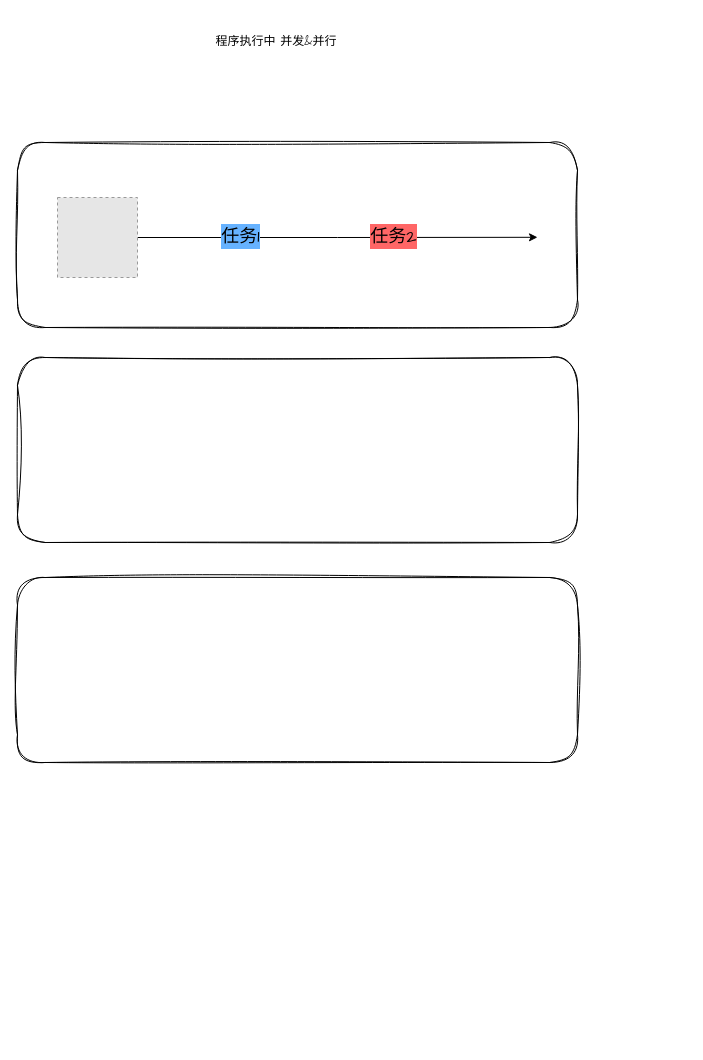
Before: image-text/并发和并行.drawio in Rodert/javapub_oss, a draw.io diagram. Source tidied: cells renumbered, new cells numbered last; positions are measured from the earlier drawing's top-left corner, leaving out a move shared by most shapes. Both pictures are drawn from the tidied source at 100%, with x=0, y=0 at pixel (17, 32). Pictures stored in the file or linked from it are replaced by grey dashed boxes.
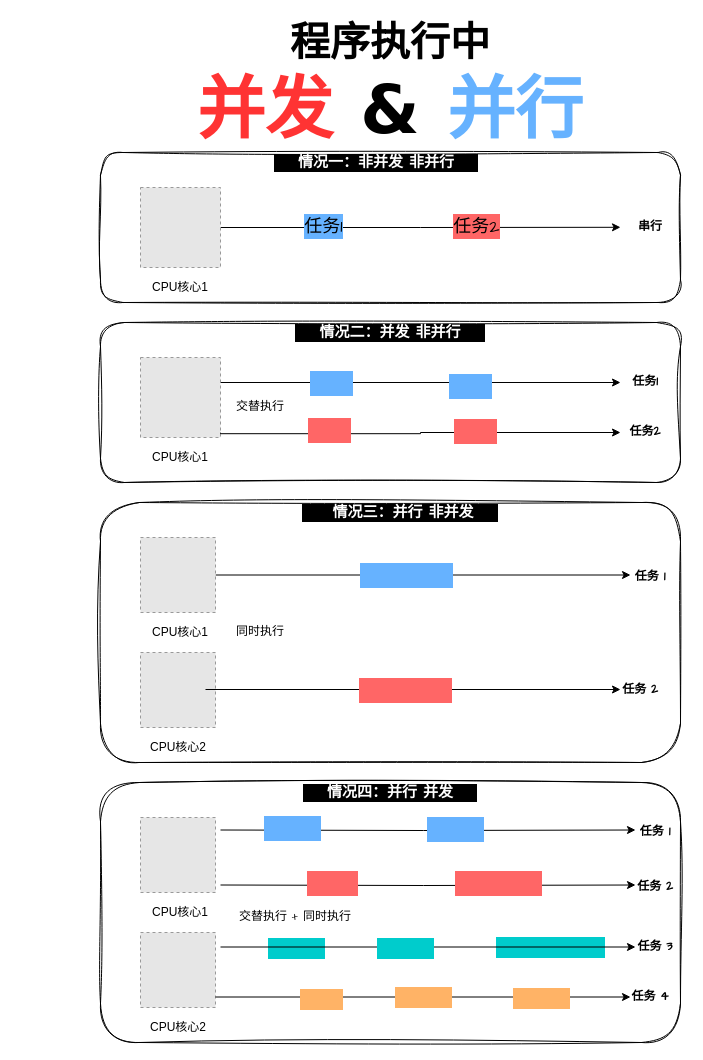
The same diagram, later.

Commit message (it also covers changes not shown here):
更新并发和并行.drawio

What changed in the source:
```diff
@@
-    <mxCell id="2" value="程序执行中 并发&amp;amp;并行" style="text;html=1;align=center;verticalAlign=middle;whiteSpace=wrap;rounded=0;fontFamily=Architects Daughter;" parent="1" vertex="1">
-      <mxGeometry x="134" width="250" height="20" as="geometry" />
+    <mxCell id="2" value="&lt;font style=&quot;font-size: 40px;&quot;&gt;&lt;b&gt;程序执行中&lt;/b&gt;&lt;/font&gt;&lt;div style=&quot;font-size: 68px;&quot;&gt;&lt;font style=&quot;font-size: 68px;&quot;&gt;&lt;font style=&quot;font-size: 68px;&quot; color=&quot;#ff3333&quot;&gt;&lt;b&gt;并发&amp;nbsp;&lt;/b&gt;&lt;/font&gt;&lt;b&gt;&lt;font face=&quot;Verdana&quot;&gt;&amp;amp;&lt;/font&gt;&amp;nbsp;&lt;/b&gt;&lt;font style=&quot;font-size: 68px;&quot; color=&quot;#66b2ff&quot;&gt;&lt;b&gt;并行&lt;/b&gt;&lt;/font&gt;&lt;/font&gt;&lt;/div&gt;" style="text;html=1;align=center;verticalAlign=middle;whiteSpace=wrap;rounded=0;fontFamily=Architects Daughter;" parent="1" vertex="1">
+      <mxGeometry x="86" width="574" height="110" as="geometry" />
     </mxCell>
     <mxCell id="3" style="rounded=1;whiteSpace=wrap;html=1;sketch=1;hachureGap=4;jiggle=2;curveFitting=1;fontFamily=Architects Daughter;" parent="1" vertex="1">
-      <mxGeometry y="110" width="560" height="185" as="geometry" />
+      <mxGeometry x="83" y="120" width="580" height="150" as="geometry" />
     </mxCell>
     <mxCell id="4" style="edgeStyle=orthogonalEdgeStyle;rounded=0;hachureGap=4;jettySize=auto;html=1;exitX=1;exitY=0.5;exitDx=0;exitDy=0;fontFamily=Architects Daughter;flowAnimation=1;" parent="1" edge="1" source="7">
       <mxGeometry relative="1" as="geometry">
-        <mxPoint x="520" y="204.8" as="targetPoint" />
+        <mxPoint x="603" y="194.8" as="targetPoint" />
       </mxGeometry>
     </mxCell>
@@
     <mxCell id="7" style="fillColor=#E6E6E6;strokeColor=#999999;dashed=1;html=1;verticalAlign=top;verticalLabelPosition=bottom;labelBackgroundColor=#ffffff;fontFamily=Architects Daughter;" parent="1" vertex="1">
-      <mxGeometry x="40" y="165" width="80" height="80" as="geometry" />
+      <mxGeometry x="123" y="155" width="80" height="80" as="geometry" />
     </mxCell>
-    <mxCell id="8" style="rounded=1;whiteSpace=wrap;html=1;sketch=1;hachureGap=4;jiggle=2;curveFitting=1;fontFamily=Architects Daughter;" parent="1" vertex="1">
-      <mxGeometry y="325" width="560" height="185" as="geometry" />
-    </mxCell>
-    <mxCell id="9" style="rounded=1;whiteSpace=wrap;html=1;sketch=1;hachureGap=4;jiggle=2;curveFitting=1;fontFamily=Architects Daughter;" parent="1" vertex="1">
-      <mxGeometry y="545" width="560" height="185" as="geometry" />
-    </mxCell>
+    <mxCell id="10" value="&amp;nbsp; &amp;nbsp; 情况一：非并发 非并行&amp;nbsp; &amp;nbsp;&amp;nbsp;" style="text;html=1;align=center;verticalAlign=middle;whiteSpace=wrap;rounded=0;fontFamily=Architects Daughter;labelBackgroundColor=#000000;fontColor=#FFFFFF;fontStyle=1;fontSize=15;" parent="1" vertex="1">
+      <mxGeometry x="251" y="110" width="216" height="40" as="geometry" />
+    </mxCell>
+    <mxCell id="11" value="CPU核心1" style="text;html=1;align=center;verticalAlign=middle;whiteSpace=wrap;rounded=0;" parent="1" vertex="1">
+      <mxGeometry x="133" y="240" width="60" height="30" as="geometry" />
+    </mxCell>
+    <mxCell id="12" value="串行" style="text;html=1;align=center;verticalAlign=middle;whiteSpace=wrap;rounded=0;fontFamily=Architects Daughter;fontStyle=1;" parent="1" vertex="1">
+      <mxGeometry x="603" y="180" width="60" height="30" as="geometry" />
+    </mxCell>
+    <mxCell id="13" style="rounded=1;whiteSpace=wrap;html=1;sketch=1;hachureGap=4;jiggle=2;curveFitting=1;fontFamily=Architects Daughter;" parent="1" vertex="1">
+      <mxGeometry x="83" y="470" width="580" height="260" as="geometry" />
+    </mxCell>
+    <mxCell id="14" style="edgeStyle=orthogonalEdgeStyle;rounded=0;hachureGap=4;jettySize=auto;html=1;exitX=1;exitY=0.5;exitDx=0;exitDy=0;fontFamily=Architects Daughter;flowAnimation=1;entryX=0.167;entryY=0.417;entryDx=0;entryDy=0;entryPerimeter=0;" parent="1" edge="1" source="16" target="19">
+      <mxGeometry relative="1" as="geometry" />
+    </mxCell>
+    <mxCell id="15" value="&lt;span style=&quot;font-size: 18px; background-color: rgb(102, 178, 255);&quot;&gt;&amp;nbsp; &amp;nbsp; &amp;nbsp; &amp;nbsp; &amp;nbsp; &amp;nbsp; &amp;nbsp;&lt;/span&gt;" style="edgeLabel;html=1;align=center;verticalAlign=middle;sketch=1;hachureGap=4;jiggle=2;curveFitting=1;fontFamily=Architects Daughter;" parent="14" vertex="1">
+      <mxGeometry x="-0.49" y="2" relative="1" as="geometry">
+        <mxPoint x="84" y="2" as="offset" />
+      </mxGeometry>
+    </mxCell>
+    <mxCell id="16" style="fillColor=#E6E6E6;strokeColor=#999999;dashed=1;html=1;verticalAlign=top;verticalLabelPosition=bottom;labelBackgroundColor=#ffffff;fontFamily=Architects Daughter;" parent="1" vertex="1">
+      <mxGeometry x="123" y="505" width="75" height="75" as="geometry" />
+    </mxCell>
+    <mxCell id="17" value="&amp;nbsp; &amp;nbsp; &amp;nbsp;情况三：并行 非并发&amp;nbsp; &amp;nbsp;&amp;nbsp;" style="text;html=1;align=center;verticalAlign=middle;whiteSpace=wrap;rounded=0;fontFamily=Architects Daughter;labelBackgroundColor=#000000;fontColor=#FFFFFF;fontStyle=1;fontSize=15;" parent="1" vertex="1">
+      <mxGeometry x="270" y="460" width="226" height="40" as="geometry" />
+    </mxCell>
+    <mxCell id="18" value="CPU核心1" style="text;html=1;align=center;verticalAlign=middle;whiteSpace=wrap;rounded=0;" parent="1" vertex="1">
+      <mxGeometry x="133" y="585" width="60" height="30" as="geometry" />
+    </mxCell>
+    <mxCell id="19" value="任务 1" style="text;html=1;align=center;verticalAlign=middle;whiteSpace=wrap;rounded=0;fontFamily=Architects Daughter;fontStyle=1;" parent="1" vertex="1">
+      <mxGeometry x="603" y="530" width="60" height="30" as="geometry" />
+    </mxCell>
+    <mxCell id="20" style="fillColor=#E6E6E6;strokeColor=#999999;dashed=1;html=1;verticalAlign=top;verticalLabelPosition=bottom;labelBackgroundColor=#ffffff;fontFamily=Architects Daughter;" parent="1" vertex="1">
+      <mxGeometry x="123" y="620" width="75" height="75" as="geometry" />
+    </mxCell>
+    <mxCell id="21" value="CPU核心2" style="text;html=1;align=center;verticalAlign=middle;whiteSpace=wrap;rounded=0;" parent="1" vertex="1">
+      <mxGeometry x="130.5" y="700" width="60" height="30" as="geometry" />
+    </mxCell>
+    <mxCell id="22" style="edgeStyle=orthogonalEdgeStyle;rounded=0;hachureGap=4;orthogonalLoop=1;jettySize=auto;html=1;exitX=1;exitY=0.5;exitDx=0;exitDy=0;fontFamily=Architects Daughter;flowAnimation=1;entryX=0.167;entryY=0.417;entryDx=0;entryDy=0;entryPerimeter=0;" parent="1" edge="1">
+      <mxGeometry relative="1" as="geometry">
+        <mxPoint x="188" y="657" as="sourcePoint" />
+        <mxPoint x="603" y="657" as="targetPoint" />
+      </mxGeometry>
+    </mxCell>
+    <mxCell id="23" value="&lt;span style=&quot;font-size: 18px; background-color: rgb(255, 102, 102);&quot;&gt;&amp;nbsp; &amp;nbsp; &amp;nbsp; &amp;nbsp; &amp;nbsp; &amp;nbsp; &amp;nbsp;&lt;/span&gt;" style="edgeLabel;html=1;align=center;verticalAlign=middle;sketch=1;hachureGap=4;jiggle=2;curveFitting=1;fontFamily=Architects Daughter;" parent="1" vertex="1">
+      <mxGeometry x="387" y="657.5" as="geometry" />
+    </mxCell>
+    <mxCell id="24" value="任务 2" style="text;html=1;align=center;verticalAlign=middle;whiteSpace=wrap;rounded=0;fontFamily=Architects Daughter;fontStyle=1;" parent="1" vertex="1">
+      <mxGeometry x="593" y="642.5" width="60" height="30" as="geometry" />
+    </mxCell>
+    <mxCell id="25" style="rounded=1;whiteSpace=wrap;html=1;sketch=1;hachureGap=4;jiggle=2;curveFitting=1;fontFamily=Architects Daughter;" parent="1" vertex="1">
+      <mxGeometry x="83" y="290" width="580" height="160" as="geometry" />
+    </mxCell>
+    <mxCell id="26" style="edgeStyle=orthogonalEdgeStyle;rounded=0;hachureGap=4;jettySize=auto;html=1;exitX=1;exitY=0.5;exitDx=0;exitDy=0;fontFamily=Architects Daughter;flowAnimation=1;entryX=0;entryY=0.5;entryDx=0;entryDy=0;" parent="1" edge="1" target="31">
+      <mxGeometry relative="1" as="geometry">
+        <mxPoint x="198" y="360.2" as="sourcePoint" />
+        <Array as="points">
+          <mxPoint x="198" y="350" />
+        </Array>
+      </mxGeometry>
+    </mxCell>
+    <mxCell id="27" value="&lt;span style=&quot;font-size: 18px; background-color: rgb(102, 178, 255);&quot;&gt;&amp;nbsp; &amp;nbsp; &amp;nbsp;&amp;nbsp;&lt;/span&gt;" style="edgeLabel;html=1;align=center;verticalAlign=middle;sketch=1;hachureGap=4;jiggle=2;curveFitting=1;fontFamily=Architects Daughter;" parent="26" vertex="1">
+      <mxGeometry x="-0.49" y="2" relative="1" as="geometry">
+        <mxPoint x="20" y="2" as="offset" />
+      </mxGeometry>
+    </mxCell>
+    <mxCell id="28" style="fillColor=#E6E6E6;strokeColor=#999999;dashed=1;html=1;verticalAlign=top;verticalLabelPosition=bottom;labelBackgroundColor=#ffffff;fontFamily=Architects Daughter;" parent="1" vertex="1">
+      <mxGeometry x="123" y="325" width="80" height="80" as="geometry" />
+    </mxCell>
+    <mxCell id="29" value="&amp;nbsp; &amp;nbsp; 情况二：并发 非并行&amp;nbsp; &amp;nbsp;&amp;nbsp;" style="text;html=1;align=center;verticalAlign=middle;whiteSpace=wrap;rounded=0;fontFamily=Architects Daughter;labelBackgroundColor=#000000;fontColor=#FFFFFF;fontStyle=1;fontSize=15;" parent="1" vertex="1">
+      <mxGeometry x="270" y="280" width="206" height="40" as="geometry" />
+    </mxCell>
+    <mxCell id="30" value="CPU核心1" style="text;html=1;align=center;verticalAlign=middle;whiteSpace=wrap;rounded=0;" parent="1" vertex="1">
+      <mxGeometry x="133" y="410" width="60" height="30" as="geometry" />
+    </mxCell>
+    <mxCell id="31" value="任务1" style="text;html=1;align=center;verticalAlign=middle;whiteSpace=wrap;rounded=0;fontFamily=Architects Daughter;fontStyle=1;" parent="1" vertex="1">
+      <mxGeometry x="603" y="340" width="50" height="20" as="geometry" />
+    </mxCell>
+    <mxCell id="32" style="edgeStyle=orthogonalEdgeStyle;rounded=0;hachureGap=4;orthogonalLoop=1;jettySize=auto;html=1;exitX=1;exitY=0.5;exitDx=0;exitDy=0;fontFamily=Architects Daughter;flowAnimation=1;" parent="1" edge="1">
+      <mxGeometry relative="1" as="geometry">
+        <mxPoint x="203" y="400.2" as="sourcePoint" />
+        <mxPoint x="603" y="400" as="targetPoint" />
+        <Array as="points">
+          <mxPoint x="203" y="401.2" />
+          <mxPoint x="403" y="401.2" />
+          <mxPoint x="403" y="400.2" />
+        </Array>
+      </mxGeometry>
+    </mxCell>
+    <mxCell id="33" value="&lt;span style=&quot;font-size: 18px; background-color: rgb(255, 102, 102);&quot;&gt;&amp;nbsp; &amp;nbsp; &amp;nbsp;&amp;nbsp;&lt;/span&gt;" style="edgeLabel;html=1;align=center;verticalAlign=middle;sketch=1;hachureGap=4;jiggle=2;curveFitting=1;fontFamily=Architects Daughter;" parent="32" vertex="1">
+      <mxGeometry x="0.28" y="2" relative="1" as="geometry" />
+    </mxCell>
+    <mxCell id="34" value="任务2" style="text;html=1;align=center;verticalAlign=middle;whiteSpace=wrap;rounded=0;fontFamily=Architects Daughter;fontStyle=1;" parent="1" vertex="1">
+      <mxGeometry x="603" y="390" width="50" height="20" as="geometry" />
+    </mxCell>
+    <mxCell id="35" value="交替执行" style="text;html=1;align=center;verticalAlign=middle;whiteSpace=wrap;rounded=0;fontFamily=Architects Daughter;" parent="1" vertex="1">
+      <mxGeometry x="213" y="360" width="60" height="30" as="geometry" />
+    </mxCell>
+    <mxCell id="36" value="&lt;span style=&quot;font-size: 18px; background-color: rgb(102, 178, 255);&quot;&gt;&amp;nbsp; &amp;nbsp; &amp;nbsp;&amp;nbsp;&lt;/span&gt;" style="edgeLabel;html=1;align=center;verticalAlign=middle;sketch=1;hachureGap=4;jiggle=2;curveFitting=1;fontFamily=Architects Daughter;" parent="1" vertex="1">
+      <mxGeometry x="333" y="350" as="geometry">
+        <mxPoint x="119" y="3" as="offset" />
+      </mxGeometry>
+    </mxCell>
+    <mxCell id="37" value="&lt;span style=&quot;font-size: 18px; background-color: rgb(255, 102, 102);&quot;&gt;&amp;nbsp; &amp;nbsp; &amp;nbsp;&amp;nbsp;&lt;/span&gt;" style="edgeLabel;html=1;align=center;verticalAlign=middle;sketch=1;hachureGap=4;jiggle=2;curveFitting=1;fontFamily=Architects Daughter;" parent="1" vertex="1">
+      <mxGeometry x="467" y="405" as="geometry">
+        <mxPoint x="-156" y="-8" as="offset" />
+      </mxGeometry>
+    </mxCell>
+    <mxCell id="38" value="同时执行" style="text;html=1;align=center;verticalAlign=middle;whiteSpace=wrap;rounded=0;fontFamily=Architects Daughter;" parent="1" vertex="1">
+      <mxGeometry x="213" y="585" width="60" height="30" as="geometry" />
+    </mxCell>
+    <mxCell id="39" style="rounded=1;whiteSpace=wrap;html=1;sketch=1;hachureGap=4;jiggle=2;curveFitting=1;fontFamily=Architects Daughter;" parent="1" vertex="1">
+      <mxGeometry x="83" y="750" width="580" height="260" as="geometry" />
+    </mxCell>
+    <mxCell id="40" style="edgeStyle=orthogonalEdgeStyle;rounded=0;hachureGap=4;jettySize=auto;html=1;exitX=1;exitY=0.5;exitDx=0;exitDy=0;fontFamily=Architects Daughter;flowAnimation=1;entryX=0.167;entryY=0.417;entryDx=0;entryDy=0;entryPerimeter=0;" parent="1" edge="1" target="45">
+      <mxGeometry relative="1" as="geometry">
+        <mxPoint x="203" y="797.5" as="sourcePoint" />
+      </mxGeometry>
+    </mxCell>
+    <mxCell id="41" value="&lt;span style=&quot;font-size: 18px; background-color: rgb(102, 178, 255);&quot;&gt;&amp;nbsp; &amp;nbsp; &amp;nbsp; &amp;nbsp;&amp;nbsp;&lt;/span&gt;" style="edgeLabel;html=1;align=center;verticalAlign=middle;sketch=1;hachureGap=4;jiggle=2;curveFitting=1;fontFamily=Architects Daughter;" parent="40" vertex="1">
+      <mxGeometry x="-0.49" y="2" relative="1" as="geometry">
+        <mxPoint x="-35" as="offset" />
+      </mxGeometry>
+    </mxCell>
+    <mxCell id="42" style="fillColor=#E6E6E6;strokeColor=#999999;dashed=1;html=1;verticalAlign=top;verticalLabelPosition=bottom;labelBackgroundColor=#ffffff;fontFamily=Architects Daughter;" parent="1" vertex="1">
+      <mxGeometry x="123" y="785" width="75" height="75" as="geometry" />
+    </mxCell>
+    <mxCell id="43" value="&amp;nbsp; &amp;nbsp; 情况四：并行 并发&amp;nbsp; &amp;nbsp;&amp;nbsp;" style="text;html=1;align=center;verticalAlign=middle;whiteSpace=wrap;rounded=0;fontFamily=Architects Daughter;labelBackgroundColor=#000000;fontColor=#FFFFFF;fontStyle=1;fontSize=15;" parent="1" vertex="1">
+      <mxGeometry x="275" y="740" width="196" height="40" as="geometry" />
+    </mxCell>
+    <mxCell id="44" value="CPU核心1" style="text;html=1;align=center;verticalAlign=middle;whiteSpace=wrap;rounded=0;" parent="1" vertex="1">
+      <mxGeometry x="133" y="865" width="60" height="30" as="geometry" />
+    </mxCell>
+    <mxCell id="45" value="任务 1" style="text;html=1;align=center;verticalAlign=middle;whiteSpace=wrap;rounded=0;fontFamily=Architects Daughter;fontStyle=1;" parent="1" vertex="1">
+      <mxGeometry x="608" y="785" width="60" height="30" as="geometry" />
+    </mxCell>
+    <mxCell id="46" style="fillColor=#E6E6E6;strokeColor=#999999;dashed=1;html=1;verticalAlign=top;verticalLabelPosition=bottom;labelBackgroundColor=#ffffff;fontFamily=Architects Daughter;" parent="1" vertex="1">
+      <mxGeometry x="123" y="900" width="75" height="75" as="geometry" />
+    </mxCell>
+    <mxCell id="47" value="CPU核心2" style="text;html=1;align=center;verticalAlign=middle;whiteSpace=wrap;rounded=0;" parent="1" vertex="1">
+      <mxGeometry x="130.5" y="980" width="60" height="30" as="geometry" />
+    </mxCell>
+    <mxCell id="48" value="&lt;span style=&quot;font-size: 18px; background-color: rgb(102, 178, 255);&quot;&gt;&amp;nbsp; &amp;nbsp; &amp;nbsp; &amp;nbsp;&amp;nbsp;&lt;/span&gt;" style="edgeLabel;html=1;align=center;verticalAlign=middle;sketch=1;hachureGap=4;jiggle=2;curveFitting=1;fontFamily=Architects Daughter;" parent="1" vertex="1">
+      <mxGeometry x="433" y="797.5" as="geometry">
+        <mxPoint x="4" y="-1" as="offset" />
+      </mxGeometry>
+    </mxCell>
+    <mxCell id="49" value="&lt;span style=&quot;color: rgb(0, 0, 0); font-family: &amp;quot;Architects Daughter&amp;quot;; font-size: 18px; font-style: normal; font-variant-ligatures: normal; font-variant-caps: normal; font-weight: 400; letter-spacing: normal; orphans: 2; text-align: center; text-indent: 0px; text-transform: none; widows: 2; word-spacing: 0px; -webkit-text-stroke-width: 0px; white-space: nowrap; text-decoration-thickness: initial; text-decoration-style: initial; text-decoration-color: initial; float: none; display: inline !important;&quot;&gt;&amp;nbsp; &amp;nbsp; &amp;nbsp; &amp;nbsp;&amp;nbsp;&lt;/span&gt;" style="edgeStyle=orthogonalEdgeStyle;rounded=0;hachureGap=4;orthogonalLoop=1;jettySize=auto;html=1;exitX=1;exitY=0.5;exitDx=0;exitDy=0;fontFamily=Architects Daughter;flowAnimation=1;entryX=0.167;entryY=0.417;entryDx=0;entryDy=0;entryPerimeter=0;labelBackgroundColor=#FFB366;" parent="1" edge="1">
+      <mxGeometry relative="1" as="geometry">
+        <mxPoint x="198" y="964.5" as="sourcePoint" />
+        <mxPoint x="613" y="964.5" as="targetPoint" />
+      </mxGeometry>
+    </mxCell>
+    <mxCell id="50" value="&lt;span style=&quot;font-size: 18px;&quot;&gt;&amp;nbsp; &amp;nbsp; &amp;nbsp;&amp;nbsp;&lt;/span&gt;" style="edgeLabel;html=1;align=center;verticalAlign=middle;sketch=1;hachureGap=4;jiggle=2;curveFitting=1;fontFamily=Architects Daughter;labelBackgroundColor=#FFB366;" parent="1" vertex="1">
+      <mxGeometry x="323" y="965" as="geometry">
+        <mxPoint x="-20" y="1" as="offset" />
+      </mxGeometry>
+    </mxCell>
+    <mxCell id="51" value="&lt;span style=&quot;font-size: 18px;&quot;&gt;&amp;nbsp; &amp;nbsp; &amp;nbsp; &amp;nbsp;&amp;nbsp;&lt;/span&gt;" style="edgeLabel;html=1;align=center;verticalAlign=middle;sketch=1;hachureGap=4;jiggle=2;curveFitting=1;fontFamily=Architects Daughter;labelBackgroundColor=#FFB366;" parent="1" vertex="1">
+      <mxGeometry x="523" y="965" as="geometry" />
+    </mxCell>
+    <mxCell id="52" value="任务 4" style="text;html=1;align=center;verticalAlign=middle;whiteSpace=wrap;rounded=0;fontFamily=Architects Daughter;fontStyle=1;" parent="1" vertex="1">
+      <mxGeometry x="603" y="950" width="60" height="30" as="geometry" />
+    </mxCell>
+    <mxCell id="53" style="edgeStyle=orthogonalEdgeStyle;rounded=0;hachureGap=4;jettySize=auto;html=1;exitX=1;exitY=0.5;exitDx=0;exitDy=0;fontFamily=Architects Daughter;flowAnimation=1;entryX=0.167;entryY=0.417;entryDx=0;entryDy=0;entryPerimeter=0;" parent="1" edge="1" target="54">
+      <mxGeometry relative="1" as="geometry">
+        <mxPoint x="203" y="852.5" as="sourcePoint" />
+      </mxGeometry>
+    </mxCell>
+    <mxCell id="54" value="任务 2" style="text;html=1;align=center;verticalAlign=middle;whiteSpace=wrap;rounded=0;fontFamily=Architects Daughter;fontStyle=1;" parent="1" vertex="1">
+      <mxGeometry x="608" y="840" width="60" height="30" as="geometry" />
+    </mxCell>
+    <mxCell id="55" value="&lt;span style=&quot;font-size: 18px;&quot;&gt;&amp;nbsp; &amp;nbsp; &amp;nbsp; &amp;nbsp;&amp;nbsp;&lt;/span&gt;" style="edgeLabel;html=1;align=center;verticalAlign=middle;sketch=1;hachureGap=4;jiggle=2;curveFitting=1;fontFamily=Architects Daughter;labelBackgroundColor=#00CCCC;" parent="1" vertex="1">
+      <mxGeometry x="278" y="915" as="geometry" />
+    </mxCell>
+    <mxCell id="56" value="&lt;span style=&quot;font-size: 18px;&quot;&gt;&amp;nbsp; &amp;nbsp; &amp;nbsp; &amp;nbsp; &amp;nbsp; &amp;nbsp; &amp;nbsp; &amp;nbsp;&lt;/span&gt;" style="edgeLabel;html=1;align=center;verticalAlign=middle;sketch=1;hachureGap=4;jiggle=2;curveFitting=1;fontFamily=Architects Daughter;labelBackgroundColor=#00CCCC;" parent="1" vertex="1">
+      <mxGeometry x="483" y="915" as="geometry">
+        <mxPoint x="49" y="-1" as="offset" />
+      </mxGeometry>
+    </mxCell>
+    <mxCell id="57" value="任务 3" style="text;html=1;align=center;verticalAlign=middle;whiteSpace=wrap;rounded=0;fontFamily=Architects Daughter;fontStyle=1;" parent="1" vertex="1">
+      <mxGeometry x="608" y="900" width="60" height="30" as="geometry" />
+    </mxCell>
+    <mxCell id="58" style="edgeStyle=orthogonalEdgeStyle;rounded=0;hachureGap=4;orthogonalLoop=1;jettySize=auto;html=1;exitX=1;exitY=0.5;exitDx=0;exitDy=0;fontFamily=Architects Daughter;flowAnimation=1;entryX=0.167;entryY=0.417;entryDx=0;entryDy=0;entryPerimeter=0;" parent="1" edge="1">
+      <mxGeometry relative="1" as="geometry">
+        <mxPoint x="203" y="914.5" as="sourcePoint" />
+        <mxPoint x="618" y="914.5" as="targetPoint" />
+      </mxGeometry>
+    </mxCell>
+    <mxCell id="59" value="&lt;span style=&quot;font-size: 18px; background-color: rgb(255, 102, 102);&quot;&gt;&amp;nbsp; &amp;nbsp; &amp;nbsp; &amp;nbsp;&lt;/span&gt;" style="edgeLabel;html=1;align=center;verticalAlign=middle;sketch=1;hachureGap=4;jiggle=2;curveFitting=1;fontFamily=Architects Daughter;" parent="1" vertex="1">
+      <mxGeometry x="307" y="852.5" as="geometry">
+        <mxPoint x="7" y="-2" as="offset" />
+      </mxGeometry>
+    </mxCell>
+    <mxCell id="60" value="&lt;span style=&quot;font-size: 18px; background-color: rgb(255, 102, 102);&quot;&gt;&amp;nbsp; &amp;nbsp; &amp;nbsp; &amp;nbsp; &amp;nbsp; &amp;nbsp;&amp;nbsp;&lt;/span&gt;" style="edgeLabel;html=1;align=center;verticalAlign=middle;sketch=1;hachureGap=4;jiggle=2;curveFitting=1;fontFamily=Architects Daughter;" parent="1" vertex="1">
+      <mxGeometry x="473" y="852.5" as="geometry">
+        <mxPoint x="7" y="-2" as="offset" />
+      </mxGeometry>
+    </mxCell>
+    <mxCell id="61" value="交替执行 + 同时执行" style="text;html=1;align=center;verticalAlign=middle;whiteSpace=wrap;rounded=0;fontFamily=Architects Daughter;" parent="1" vertex="1">
+      <mxGeometry x="213" y="870" width="130" height="30" as="geometry" />
+    </mxCell>
+    <mxCell id="62" value="&lt;span style=&quot;font-size: 18px;&quot;&gt;&amp;nbsp; &amp;nbsp; &amp;nbsp; &amp;nbsp;&amp;nbsp;&lt;/span&gt;" style="edgeLabel;html=1;align=center;verticalAlign=middle;sketch=1;hachureGap=4;jiggle=2;curveFitting=1;fontFamily=Architects Daughter;labelBackgroundColor=#00CCCC;" parent="1" vertex="1">
+      <mxGeometry x="387" y="915" as="geometry" />
+    </mxCell>
```
